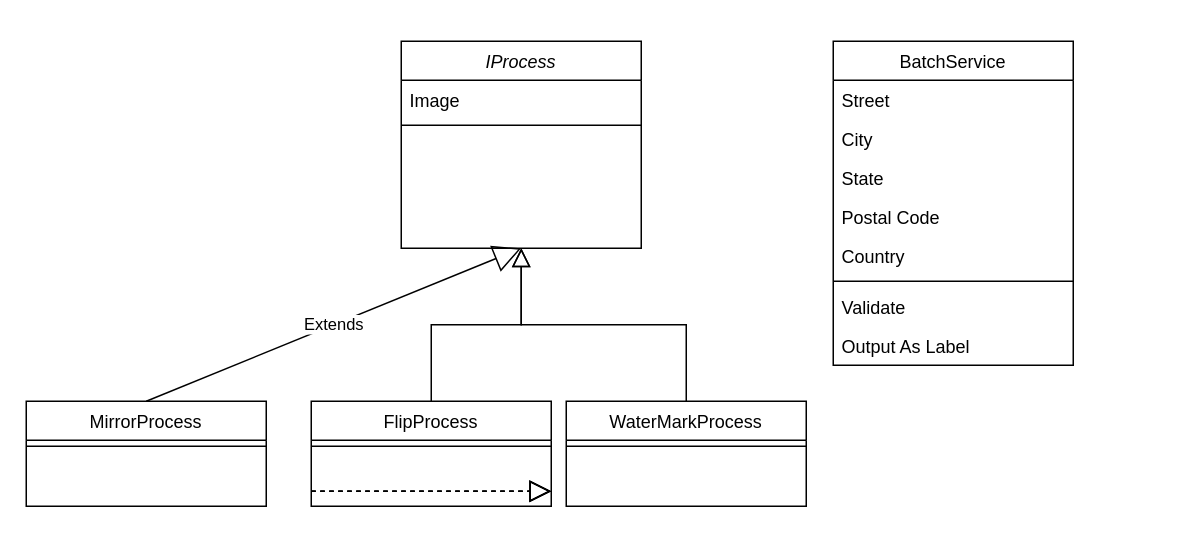
Earlier version of the draw.io diagram Untitled Diagram.drawio (yanhj/DrawIO). Source tidied: cells renumbered, new cells numbered last; positions are measured from the earlier drawing's top-left corner, leaving out a move shared by most shapes. Both pictures are drawn from the tidied source at 150%, with x=0, y=0 at pixel (26, 40).
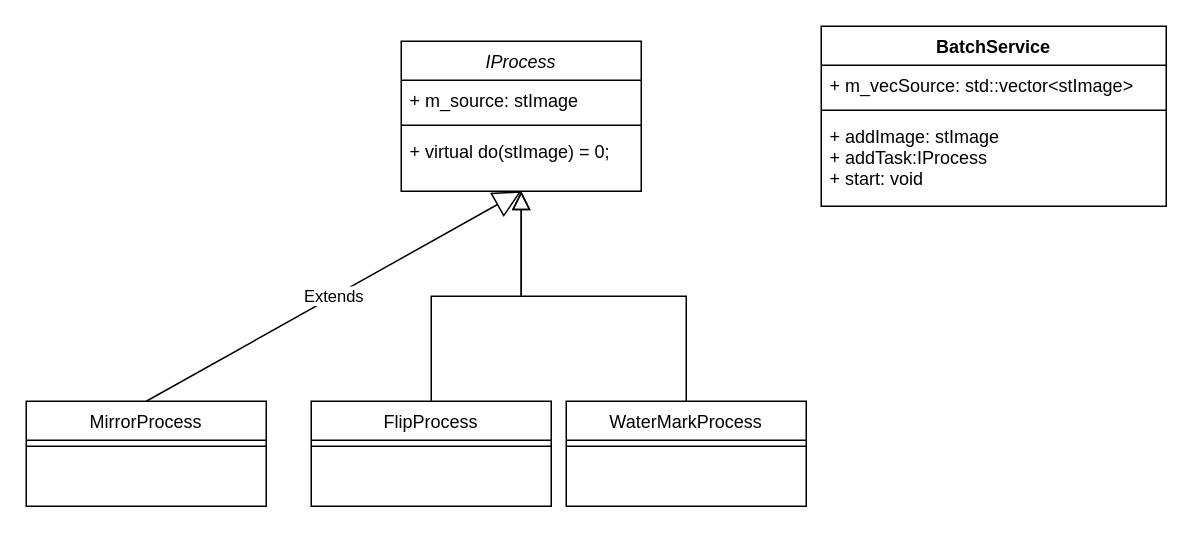
After the change.

Diff of the diagram source:
```diff
@@
     <mxCell id="2" value="IProcess&#10;" style="swimlane;fontStyle=2;align=center;verticalAlign=top;horizontal=1;startSize=26;rounded=0;shadow=0;strokeWidth=1;" parent="1" vertex="1">
-      <mxGeometry x="250" width="160" height="138" as="geometry" />
+      <mxGeometry x="250" width="160" height="100" as="geometry" />
     </mxCell>
-    <mxCell id="3" value="Image" style="text;align=left;verticalAlign=top;spacingLeft=4;spacingRight=4;overflow=hidden;" parent="2" vertex="1">
+    <mxCell id="3" value="+ m_source: stImage" style="text;align=left;verticalAlign=top;spacingLeft=4;spacingRight=4;overflow=hidden;" parent="2" vertex="1">
       <mxGeometry y="26" width="160" height="26" as="geometry" />
     </mxCell>
@@
+    <mxCell id="26" value="+ virtual do(stImage) = 0;" style="text;align=left;verticalAlign=top;spacingLeft=4;spacingRight=4;overflow=hidden;" parent="2" vertex="1">
+      <mxGeometry y="60" width="160" height="26" as="geometry" />
+    </mxCell>
@@
-    <mxCell id="11" value="BatchService&#10;" style="swimlane;fontStyle=0;align=center;verticalAlign=top;horizontal=1;startSize=26;rounded=0;shadow=0;strokeWidth=1;" parent="1" vertex="1">
-      <mxGeometry x="538" width="160" height="216" as="geometry" />
-    </mxCell>
-    <mxCell id="12" value="Street" style="text;align=left;verticalAlign=top;spacingLeft=4;spacingRight=4;overflow=hidden;" parent="11" vertex="1">
-      <mxGeometry y="26" width="160" height="26" as="geometry" />
-    </mxCell>
-    <mxCell id="13" value="City" style="text;align=left;verticalAlign=top;spacingLeft=4;spacingRight=4;overflow=hidden;rounded=0;shadow=0;html=0;" parent="11" vertex="1">
-      <mxGeometry y="52" width="160" height="26" as="geometry" />
-    </mxCell>
-    <mxCell id="14" value="State" style="text;align=left;verticalAlign=top;spacingLeft=4;spacingRight=4;overflow=hidden;rounded=0;shadow=0;html=0;" parent="11" vertex="1">
-      <mxGeometry y="78" width="160" height="26" as="geometry" />
-    </mxCell>
-    <mxCell id="15" value="Postal Code" style="text;align=left;verticalAlign=top;spacingLeft=4;spacingRight=4;overflow=hidden;rounded=0;shadow=0;html=0;" parent="11" vertex="1">
-      <mxGeometry y="104" width="160" height="26" as="geometry" />
-    </mxCell>
-    <mxCell id="16" value="Country" style="text;align=left;verticalAlign=top;spacingLeft=4;spacingRight=4;overflow=hidden;rounded=0;shadow=0;html=0;" parent="11" vertex="1">
-      <mxGeometry y="130" width="160" height="26" as="geometry" />
-    </mxCell>
-    <mxCell id="17" style="line;html=1;strokeWidth=1;align=left;verticalAlign=middle;spacingTop=-1;spacingLeft=3;spacingRight=3;labelPosition=right;" parent="11" vertex="1">
-      <mxGeometry y="156" width="160" height="8" as="geometry" />
-    </mxCell>
-    <mxCell id="18" value="Validate" style="text;align=left;verticalAlign=top;spacingLeft=4;spacingRight=4;overflow=hidden;" parent="11" vertex="1">
-      <mxGeometry y="164" width="160" height="26" as="geometry" />
-    </mxCell>
-    <mxCell id="19" value="Output As Label" style="text;align=left;verticalAlign=top;spacingLeft=4;spacingRight=4;overflow=hidden;" parent="11" vertex="1">
-      <mxGeometry y="190" width="160" height="26" as="geometry" />
-    </mxCell>
@@
-    <mxCell id="22" style="endArrow=block;dashed=1;endFill=0;endSize=12;html=1;rounded=0;" parent="1" edge="1">
-      <mxGeometry relative="1" as="geometry">
-        <mxPoint x="190" y="300" as="sourcePoint" />
-        <mxPoint x="350" y="300" as="targetPoint" />
-      </mxGeometry>
-    </mxCell>
-    <mxCell id="23" style="endArrow=block;dashed=1;endFill=0;endSize=12;html=1;rounded=0;" parent="1" edge="1">
-      <mxGeometry relative="1" as="geometry">
-        <mxPoint x="190" y="300" as="sourcePoint" />
-        <mxPoint x="350" y="300" as="targetPoint" />
-      </mxGeometry>
-    </mxCell>
-    <mxCell id="24" style="endArrow=block;dashed=1;endFill=0;endSize=12;html=1;rounded=0;" parent="1" edge="1">
-      <mxGeometry relative="1" as="geometry">
-        <mxPoint x="190" y="300" as="sourcePoint" />
-        <mxPoint x="350" y="300" as="targetPoint" />
-      </mxGeometry>
-    </mxCell>
@@
+    <mxCell id="11" value="BatchService&#10;" style="swimlane;fontStyle=1;align=center;verticalAlign=top;horizontal=1;startSize=26;" parent="1" vertex="1">
+      <mxGeometry x="530" y="-10" width="230" height="120" as="geometry" />
+    </mxCell>
+    <mxCell id="27" value="+ m_vecSource: std::vector&lt;stImage&gt;" style="text;strokeColor=none;fillColor=none;align=left;verticalAlign=top;spacingLeft=4;spacingRight=4;overflow=hidden;" parent="11" vertex="1">
+      <mxGeometry y="26" width="230" height="26" as="geometry" />
+    </mxCell>
+    <mxCell id="28" style="line;strokeWidth=1;fillColor=none;align=left;verticalAlign=middle;spacingTop=-1;spacingLeft=3;spacingRight=3;labelPosition=right;" parent="11" vertex="1">
+      <mxGeometry y="52" width="230" height="8" as="geometry" />
+    </mxCell>
+    <mxCell id="29" value="+ addImage: stImage&#10;+ addTask:IProcess&#10;+ start: void" style="text;strokeColor=none;fillColor=none;align=left;verticalAlign=top;spacingLeft=4;spacingRight=4;overflow=hidden;" parent="11" vertex="1">
+      <mxGeometry y="60" width="230" height="60" as="geometry" />
+    </mxCell>
```
